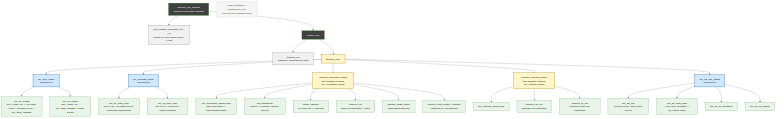
Above: projects/components/mem-ctrl-ip/research-ip/pumice-ddr2-lpddr2/docs/pumice_has/assets/mermaid/02_module_hierarchy.png in sean-galloway/RTLDesignSherpa (Mermaid), before the change. Its source is kept beside it as projects/components/mem-ctrl-ip/research-ip/pumice-ddr2-lpddr2/docs/pumice_has/assets/mermaid/02_module_hierarchy.mmd.
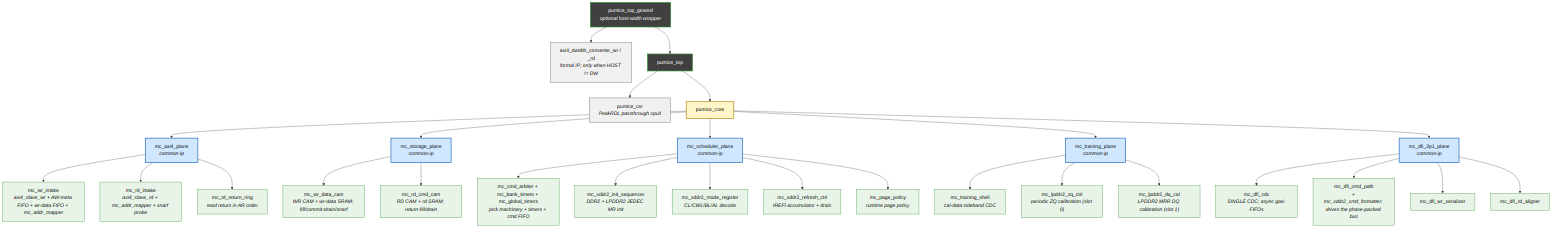
Later version of the same file.

Change to the diagram source:
```diff
@@ -13,44 +13,40 @@
 
     core --> axi["mc_axi4_plane<br/><i>common-ip</i>"]
     core --> stor["mc_storage_plane<br/><i>common-ip</i>"]
-    core --> sched["pumice_scheduler_plane<br/><i>thin wrapper around mc_scheduler_plane</i>"]
-    core --> trn["pumice_training_plane<br/><i>thin wrapper around mc_training_plane</i>"]
+    core --> sched["mc_scheduler_plane<br/><i>common-ip</i>"]
+    core --> trn["mc_training_plane<br/><i>common-ip</i>"]
     core --> dfi["mc_dfi_2p1_plane<br/><i>common-ip</i>"]
 
     axi --> wr_intake["mc_wr_intake<br/><i>axi4_slave_wr + AW-meta FIFO + wr-data FIFO + mc_addr_mapper</i>"]
     axi --> rd_intake["mc_rd_intake<br/><i>axi4_slave_rd + mc_addr_mapper + snarf probe</i>"]
+    axi --> rd_ring["mc_rd_return_ring<br/><i>read return in AR order</i>"]
 
     stor --> wr_data_cam["mc_wr_data_cam<br/><i>WR CAM + wr-data SRAM; fill/commit-drain/snarf</i>"]
     stor --> rd_cmd_cam["mc_rd_cmd_cam<br/><i>RD CAM + rd SRAM; return-fill/drain</i>"]
 
-    sched --> sched_core["mc_scheduler_plane core<br/><i>pick machinery + bank/global timers</i>"]
-    sched --> init_sequencer["init_sequencer<br/><i>DDR2 + LPDDR2 JEDEC MR init</i>"]
-    sched --> mode_register["mode_register<br/><i>CL/CWL/BL/AL decode</i>"]
-    sched --> refresh_ctrl["refresh_ctrl<br/><i>tREFI accumulator + drain</i>"]
-    sched --> page_policy["pumice_page_policy<br/><i>open-page decision</i>"]
-    sched --> cmd_hist["pumice_cmd_history_checker<br/><i>optional DV scoreboard</i>"]
+    sched --> sched_core["mc_cmd_arbiter + mc_bank_timers + mc_global_timers<br/><i>pick machinery + timers + cmd FIFO</i>"]
+    sched --> init_sequencer["mc_xddr2_init_sequencer<br/><i>DDR2 + LPDDR2 JEDEC MR init</i>"]
+    sched --> mode_register["mc_xddr2_mode_register<br/><i>CL/CWL/BL/AL decode</i>"]
+    sched --> refresh_ctrl["mc_xddr2_refresh_ctrl<br/><i>tREFI accumulator + drain</i>"]
+    sched --> page_policy["mc_page_policy<br/><i>runtime page policy</i>"]
 
-    trn --> trn_shell["mc_training_plane shell"]
-    trn --> zq_ctrl["pumice_zq_ctrl<br/><i>periodic ZQ calibration</i>"]
-    trn --> lp_cal["pumice_lp_cal<br/><i>LPDDR2 MRR DQ calibration</i>"]
+    trn --> trn_shell["mc_training_shell<br/><i>cal-data sideband CDC</i>"]
+    trn --> zq_ctrl["mc_lpddr2_zq_ctrl<br/><i>periodic ZQ calibration (slot 0)</i>"]
+    trn --> lp_cal["mc_lpddr2_dq_cal<br/><i>LPDDR2 MRR DQ calibration (slot 1)</i>"]
 
     dfi --> dfi_cdc["mc_dfi_cdc<br/><i>SINGLE CDC; async gaxi FIFOs</i>"]
-    dfi --> dfi_cmd_path["mc_dfi_cmd_path<br/><i>+ dfi_cmd_formatter + dfi_signal_pack</i>"]
+    dfi --> dfi_cmd_path["mc_dfi_cmd_path<br/><i>+ mc_xddr2_cmd_formatter; drives the phase-packed bus</i>"]
     dfi --> dfi_wr_ser["mc_dfi_wr_serializer"]
     dfi --> dfi_rd_align["mc_dfi_rd_aligner"]
-
-    opt["page_predictor / powerdown_ctrl<br/><i>live but not in default build</i>"]
 
     classDef top fill:#404040,stroke:#228B22,stroke-width:2px,color:#fff
     classDef macro fill:#fef6c8,stroke:#b08000,stroke-width:2px,color:#000
     classDef common fill:#d0e8ff,stroke:#1a5fb4,stroke-width:2px,color:#000
     classDef fub fill:#e8f4e8,stroke:#228B22,stroke-width:1px,color:#000
     classDef ip fill:#f0f0f0,stroke:#404040,stroke-width:1px,color:#000
-    classDef optcls fill:#f5f5f5,stroke:#999,stroke-width:1px,stroke-dasharray:4 3,color:#333
 
     class geared,top top
-    class core,sched,trn macro
-    class axi,stor,dfi common
+    class core macro
+    class axi,stor,sched,trn,dfi common
     class csr,dwc ip
-    class wr_intake,rd_intake,wr_data_cam,rd_cmd_cam,sched_core,init_sequencer,mode_register,refresh_ctrl,page_policy,cmd_hist,trn_shell,zq_ctrl,lp_cal,dfi_cdc,dfi_cmd_path,dfi_wr_ser,dfi_rd_align fub
-    class opt optcls
+    class wr_intake,rd_intake,rd_ring,wr_data_cam,rd_cmd_cam,sched_core,init_sequencer,mode_register,refresh_ctrl,page_policy,trn_shell,zq_ctrl,lp_cal,dfi_cdc,dfi_cmd_path,dfi_wr_ser,dfi_rd_align fub
```
